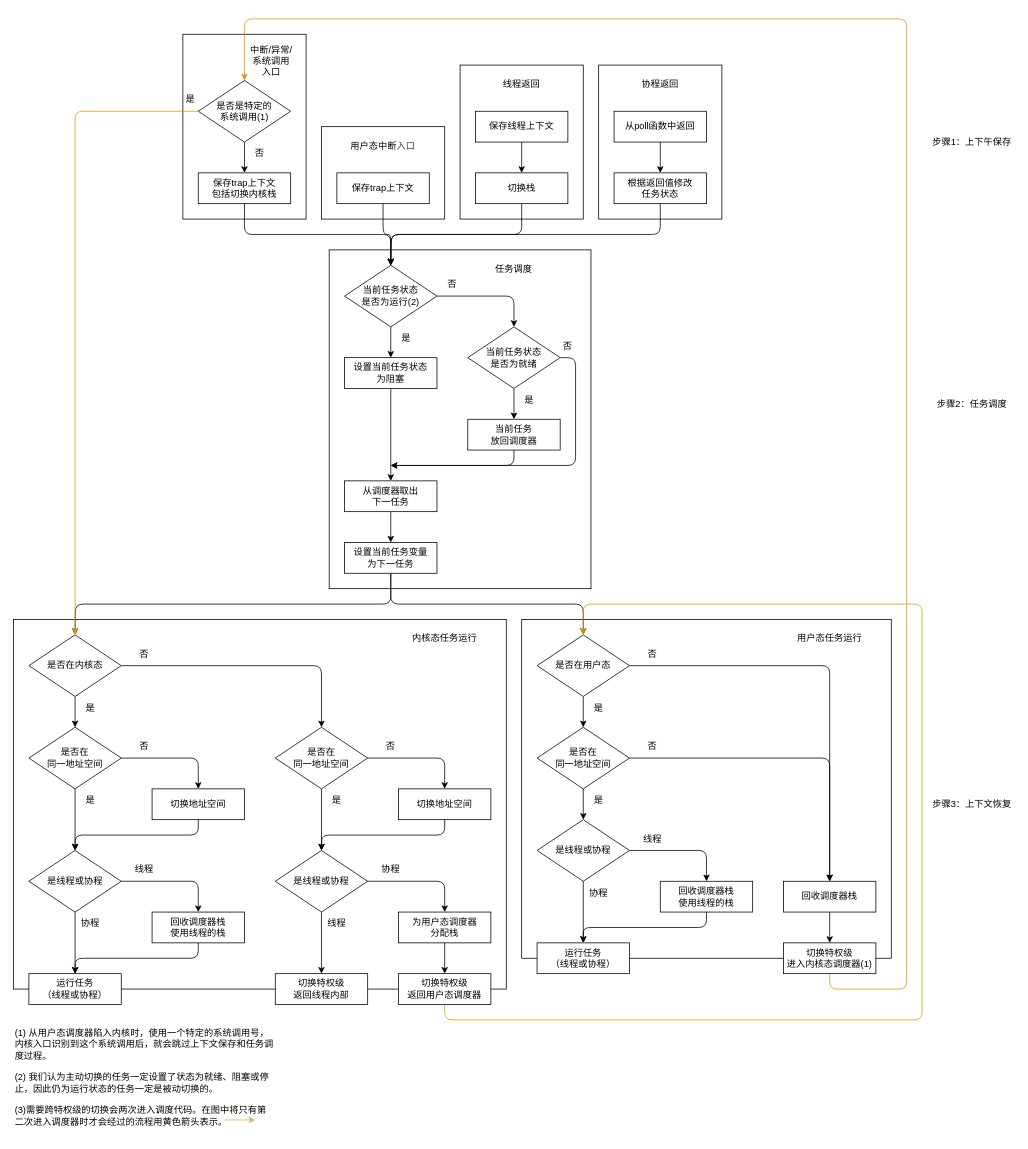
Earlier version of the draw.io diagram 26.3.16~26.3.22/任务切换模型（示意图新版）.drawio (rosy233333/weekly-progress). Source tidied: cells renumbered, new cells numbered last; positions are measured from the earlier drawing's top-left corner, leaving out a move shared by most shapes. Both pictures are drawn from the tidied source at 77%, with x=0, y=0 at pixel (13, 18).
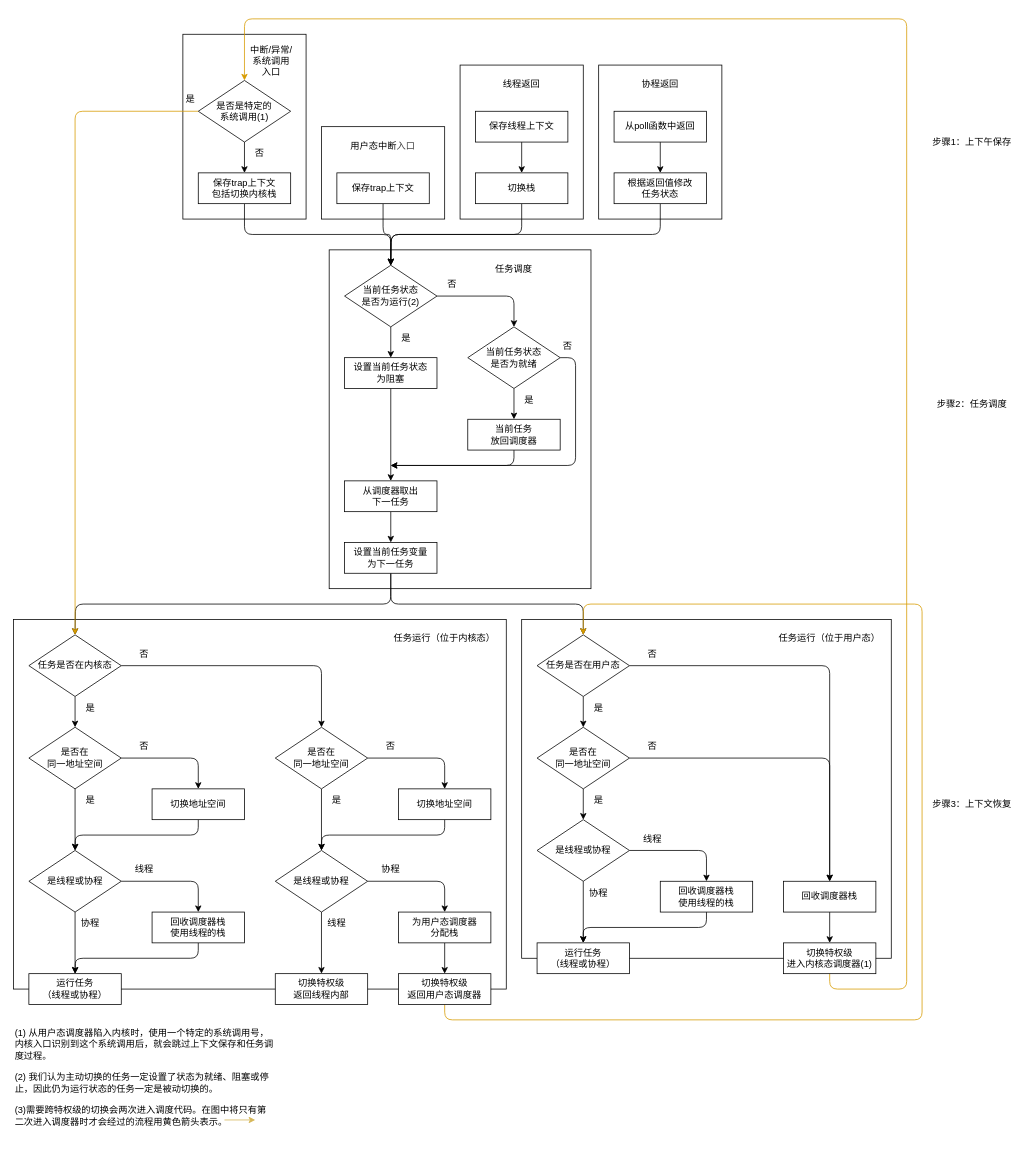
The same page after the edit.

Commit message (it also covers changes not shown here):
小修改，消除歧义

The edit, as a diff of the source:
```diff
@@
-    <mxCell id="29" value="是否在内核态" style="rhombus;whiteSpace=wrap;html=1;" parent="1" vertex="1">
+    <mxCell id="29" value="任务是否在内核态" style="rhombus;whiteSpace=wrap;html=1;" parent="1" vertex="1">
       <mxGeometry x="20" y="800" width="120" height="80" as="geometry" />
     </mxCell>
@@
-    <mxCell id="50" value="是否在用户态" style="rhombus;whiteSpace=wrap;html=1;" parent="1" vertex="1">
+    <mxCell id="50" value="任务是否在用户态" style="rhombus;whiteSpace=wrap;html=1;" parent="1" vertex="1">
       <mxGeometry x="680" y="800" width="120" height="80" as="geometry" />
     </mxCell>
@@
-    <mxCell id="83" value="内核态任务运行" style="text;html=1;align=center;verticalAlign=middle;whiteSpace=wrap;rounded=0;" parent="1" vertex="1">
+    <mxCell id="83" value="任务运行（位于内核态）" style="text;html=1;align=center;verticalAlign=middle;whiteSpace=wrap;rounded=0;" parent="1" vertex="1">
       <mxGeometry x="490" y="790" width="140" height="30" as="geometry" />
     </mxCell>
-    <mxCell id="84" value="&lt;font style=&quot;color: rgb(0, 0, 0);&quot;&gt;用户态任务运行&lt;/font&gt;" style="text;html=1;align=center;verticalAlign=middle;whiteSpace=wrap;rounded=0;" parent="1" vertex="1">
+    <mxCell id="84" value="&lt;font style=&quot;color: rgb(0, 0, 0);&quot;&gt;任务运行（位于用户态）&lt;/font&gt;" style="text;html=1;align=center;verticalAlign=middle;whiteSpace=wrap;rounded=0;" parent="1" vertex="1">
       <mxGeometry x="990" y="790" width="140" height="30" as="geometry" />
     </mxCell>
```
